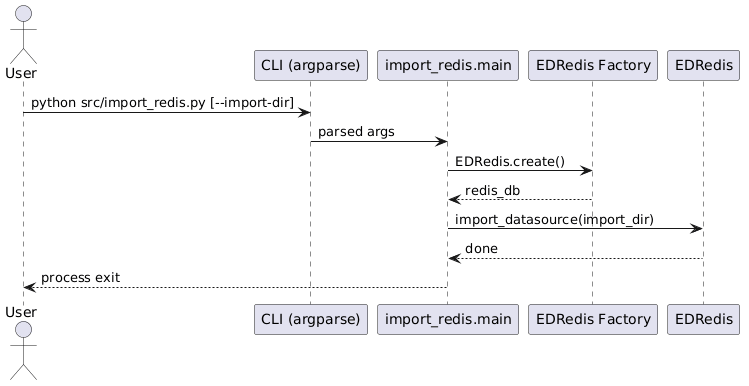
fazleskhan/elite_dangerous_discord_tools keeps this PlantUML diagram as docs/datastore_transfer_sequences/import_redis.png. Above is the earlier version. Source of this version:
```plantuml
@startuml
actor User
participant "CLI (argparse)" as CLI
participant "import_redis.main" as Main
participant "EDRedis Factory" as RedisFactory
participant "EDRedis" as RedisDB

User -> CLI : python src/import_redis.py [--import-dir]
CLI -> Main : parsed args
Main -> RedisFactory : EDRedis.create()
RedisFactory --> Main : redis_db
Main -> RedisDB : import_datasource(import_dir)
RedisDB --> Main : done
Main --> User : process exit
@enduml
```
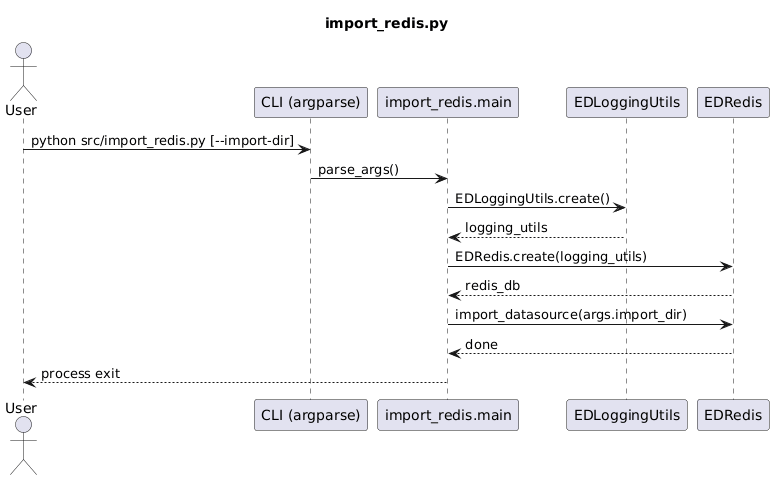
The same file after the commit.

Diff of the diagram source:
```diff
@@ -1,15 +1,19 @@
 @startuml
+title import_redis.py
+
 actor User
 participant "CLI (argparse)" as CLI
 participant "import_redis.main" as Main
-participant "EDRedis Factory" as RedisFactory
+participant "EDLoggingUtils" as Logging
 participant "EDRedis" as RedisDB
 
 User -> CLI : python src/import_redis.py [--import-dir]
-CLI -> Main : parsed args
-Main -> RedisFactory : EDRedis.create()
-RedisFactory --> Main : redis_db
-Main -> RedisDB : import_datasource(import_dir)
+CLI -> Main : parse_args()
+Main -> Logging : EDLoggingUtils.create()
+Logging --> Main : logging_utils
+Main -> RedisDB : EDRedis.create(logging_utils)
+RedisDB --> Main : redis_db
+Main -> RedisDB : import_datasource(args.import_dir)
 RedisDB --> Main : done
 Main --> User : process exit
 @enduml
```
